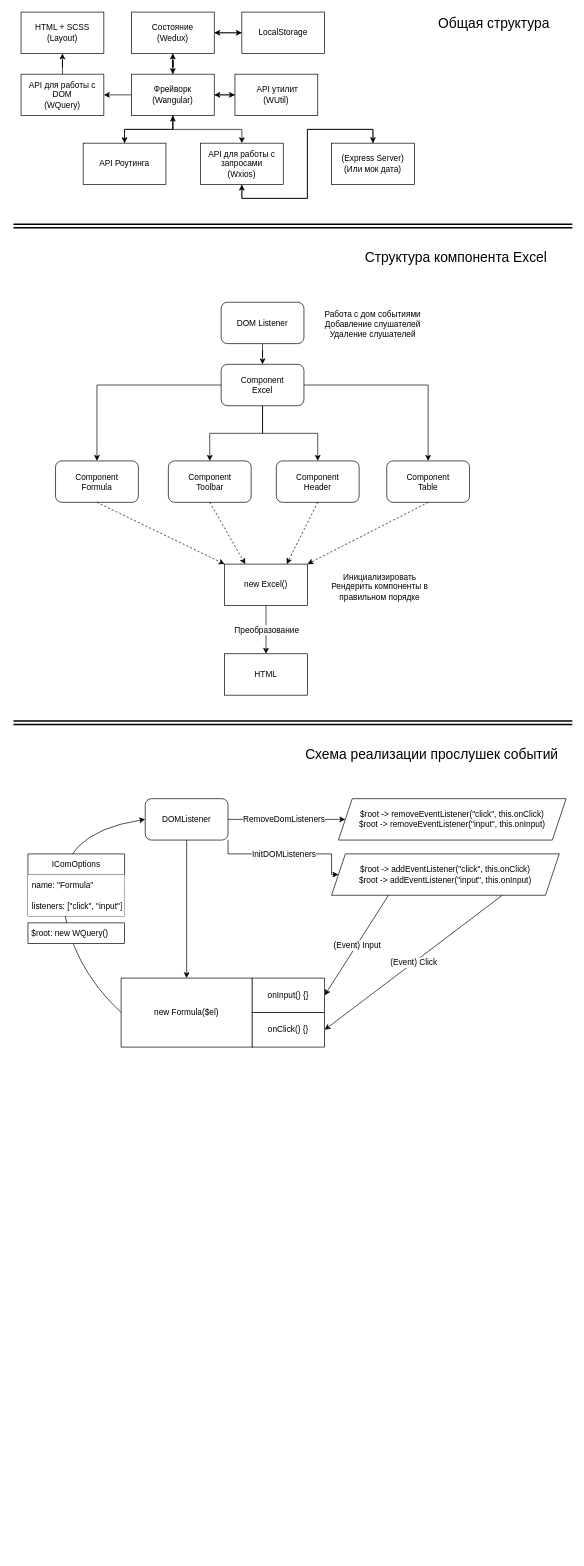
The draw.io diagram tsexcel.drawio in WheatleyCODE/ts-excel, before the edit. Source tidied: cells renumbered, new cells numbered last; positions are measured from the earlier drawing's top-left corner, leaving out a move shared by most shapes. Both pictures are drawn from the tidied source at 69%, with x=0, y=0 at pixel (13, 12).
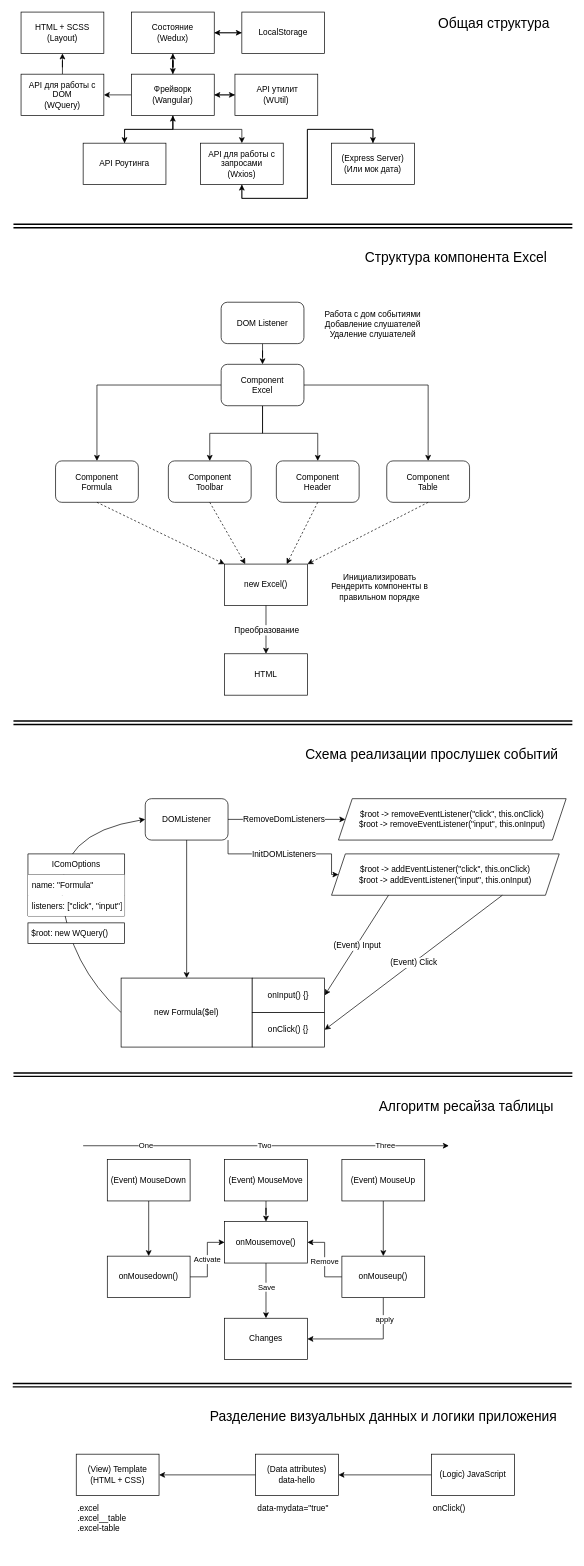
After the change.

Commit message (it also covers changes not shown here):
Add project schema, resizer, resize first columns

What changed in the source:
```diff
@@
+    <mxCell id="70" style="html=1;rounded=0;shape=link;strokeWidth=2;" parent="1" edge="1">
+      <mxGeometry relative="1" as="geometry">
+        <mxPoint y="1540" as="sourcePoint" />
+        <mxPoint x="810" y="1540" as="targetPoint" />
+      </mxGeometry>
+    </mxCell>
+    <mxCell id="71" value="Алгоритм ресайза таблицы" style="text;html=1;align=center;verticalAlign=middle;strokeColor=none;fillColor=none;fontSize=20;" parent="1" vertex="1">
+      <mxGeometry x="521" y="1570" width="270" height="30" as="geometry" />
+    </mxCell>
+    <mxCell id="72" style="edgeStyle=orthogonalEdgeStyle;rounded=0;jettySize=auto;html=1;entryX=0.5;entryY=0;entryDx=0;entryDy=0;" parent="1" edge="1" source="73" target="79">
+      <mxGeometry relative="1" as="geometry" />
+    </mxCell>
+    <mxCell id="73" value="(Event) MouseDown" style="rounded=0;whiteSpace=wrap;html=1;" parent="1" vertex="1">
+      <mxGeometry x="136" y="1663" width="120" height="60" as="geometry" />
+    </mxCell>
+    <mxCell id="74" style="edgeStyle=orthogonalEdgeStyle;rounded=0;jettySize=auto;html=1;entryX=0.5;entryY=0;entryDx=0;entryDy=0;" parent="1" edge="1" source="75" target="87">
+      <mxGeometry relative="1" as="geometry" />
+    </mxCell>
+    <mxCell id="75" value="(Event) MouseMove" style="rounded=0;whiteSpace=wrap;html=1;" parent="1" vertex="1">
+      <mxGeometry x="306" y="1663" width="120" height="60" as="geometry" />
+    </mxCell>
+    <mxCell id="76" style="edgeStyle=orthogonalEdgeStyle;rounded=0;jettySize=auto;html=1;entryX=0.5;entryY=0;entryDx=0;entryDy=0;" parent="1" edge="1" source="77" target="84">
+      <mxGeometry relative="1" as="geometry" />
+    </mxCell>
+    <mxCell id="77" value="(Event) MouseUp" style="rounded=0;whiteSpace=wrap;html=1;" parent="1" vertex="1">
+      <mxGeometry x="476" y="1663" width="120" height="60" as="geometry" />
+    </mxCell>
+    <mxCell id="78" value="Activate" style="edgeStyle=orthogonalEdgeStyle;rounded=0;jettySize=auto;html=1;entryX=0;entryY=0.5;entryDx=0;entryDy=0;" parent="1" edge="1" source="79" target="87">
+      <mxGeometry relative="1" as="geometry" />
+    </mxCell>
+    <mxCell id="79" value="onMousedown()" style="rounded=0;whiteSpace=wrap;html=1;" parent="1" vertex="1">
+      <mxGeometry x="136" y="1803" width="120" height="60" as="geometry" />
+    </mxCell>
+    <mxCell id="80" style="edgeStyle=orthogonalEdgeStyle;rounded=0;jettySize=auto;html=1;entryX=1;entryY=0.5;entryDx=0;entryDy=0;" parent="1" edge="1" source="84" target="87">
+      <mxGeometry relative="1" as="geometry" />
+    </mxCell>
+    <mxCell id="81" value="Remove" style="edgeLabel;html=1;align=center;verticalAlign=middle;" parent="80" vertex="1">
+      <mxGeometry x="-0.04" y="1" relative="1" as="geometry" />
+    </mxCell>
+    <mxCell id="82" style="edgeStyle=orthogonalEdgeStyle;rounded=0;jettySize=auto;html=1;entryX=1;entryY=0.5;entryDx=0;entryDy=0;" parent="1" edge="1" source="84" target="93">
+      <mxGeometry relative="1" as="geometry">
+        <Array as="points">
+          <mxPoint x="536" y="1923" />
+        </Array>
+      </mxGeometry>
+    </mxCell>
+    <mxCell id="83" value="apply" style="edgeLabel;html=1;align=center;verticalAlign=middle;" parent="82" vertex="1">
+      <mxGeometry x="-0.64" y="1" relative="1" as="geometry" />
+    </mxCell>
+    <mxCell id="84" value="onMouseup()" style="rounded=0;whiteSpace=wrap;html=1;" parent="1" vertex="1">
+      <mxGeometry x="476" y="1803" width="120" height="60" as="geometry" />
+    </mxCell>
+    <mxCell id="85" style="edgeStyle=orthogonalEdgeStyle;rounded=0;jettySize=auto;html=1;entryX=0.5;entryY=0;entryDx=0;entryDy=0;" parent="1" edge="1" source="87" target="93">
+      <mxGeometry relative="1" as="geometry" />
+    </mxCell>
+    <mxCell id="86" value="Save" style="edgeLabel;html=1;align=center;verticalAlign=middle;" parent="85" vertex="1">
+      <mxGeometry x="-0.16" relative="1" as="geometry" />
+    </mxCell>
+    <mxCell id="87" value="onMousemove()" style="rounded=0;whiteSpace=wrap;html=1;" parent="1" vertex="1">
+      <mxGeometry x="306" y="1753" width="120" height="60" as="geometry" />
+    </mxCell>
+    <mxCell id="88" style="endArrow=classic;html=1;rounded=0;" parent="1" edge="1">
+      <mxGeometry relative="1" as="geometry">
+        <mxPoint x="101" y="1643" as="sourcePoint" />
+        <mxPoint x="631" y="1643" as="targetPoint" />
+      </mxGeometry>
+    </mxCell>
+    <mxCell id="89" value="One" style="edgeLabel;html=1;align=center;verticalAlign=middle;" parent="88" vertex="1">
+      <mxGeometry x="-0.66" y="2" relative="1" as="geometry">
+        <mxPoint y="1" as="offset" />
+      </mxGeometry>
+    </mxCell>
+    <mxCell id="90" value="Two" style="edgeLabel;html=1;align=center;verticalAlign=middle;" parent="88" vertex="1">
+      <mxGeometry x="-0.01" y="2" relative="1" as="geometry">
+        <mxPoint y="1" as="offset" />
+      </mxGeometry>
+    </mxCell>
+    <mxCell id="91" style="edgeLabel;html=1;align=center;verticalAlign=middle;" parent="88" vertex="1">
+      <mxGeometry x="0.64" y="3" relative="1" as="geometry" />
+    </mxCell>
+    <mxCell id="92" value="Three" style="edgeLabel;html=1;align=center;verticalAlign=middle;" parent="88" vertex="1">
+      <mxGeometry x="0.65" y="-1" relative="1" as="geometry">
+        <mxPoint y="-2" as="offset" />
+      </mxGeometry>
+    </mxCell>
+    <mxCell id="93" value="Changes" style="rounded=0;whiteSpace=wrap;html=1;" parent="1" vertex="1">
+      <mxGeometry x="306" y="1893" width="120" height="60" as="geometry" />
+    </mxCell>
+    <mxCell id="94" style="html=1;rounded=0;shape=link;strokeWidth=2;" parent="1" edge="1">
+      <mxGeometry relative="1" as="geometry">
+        <mxPoint x="-1" y="1990" as="sourcePoint" />
+        <mxPoint x="809" y="1990" as="targetPoint" />
+      </mxGeometry>
+    </mxCell>
+    <mxCell id="95" value="Разделение визуальных данных и логики приложения" style="text;html=1;align=center;verticalAlign=middle;strokeColor=none;fillColor=none;fontSize=20;" parent="1" vertex="1">
+      <mxGeometry x="271" y="2020" width="530" height="30" as="geometry" />
+    </mxCell>
+    <mxCell id="96" value="(View) Template (HTML + CSS)" style="rounded=0;whiteSpace=wrap;html=1;" parent="1" vertex="1">
+      <mxGeometry x="91" y="2090" width="120" height="60" as="geometry" />
+    </mxCell>
+    <mxCell id="97" style="edgeStyle=orthogonalEdgeStyle;rounded=0;jettySize=auto;html=1;entryX=1;entryY=0.5;entryDx=0;entryDy=0;" parent="1" edge="1" source="98" target="100">
+      <mxGeometry relative="1" as="geometry" />
+    </mxCell>
+    <mxCell id="98" value="(Logic) JavaScript" style="rounded=0;whiteSpace=wrap;html=1;" parent="1" vertex="1">
+      <mxGeometry x="606" y="2090" width="120" height="60" as="geometry" />
+    </mxCell>
+    <mxCell id="99" style="edgeStyle=orthogonalEdgeStyle;rounded=0;jettySize=auto;html=1;entryX=1;entryY=0.5;entryDx=0;entryDy=0;" parent="1" edge="1" source="100" target="96">
+      <mxGeometry relative="1" as="geometry" />
+    </mxCell>
+    <mxCell id="100" value="(Data attributes)&lt;br&gt;data-hello" style="rounded=0;whiteSpace=wrap;html=1;" parent="1" vertex="1">
+      <mxGeometry x="351" y="2090" width="120" height="60" as="geometry" />
+    </mxCell>
+    <mxCell id="101" value=".excel&lt;br&gt;.excel__table&lt;br&gt;.excel-table" style="text;html=1;strokeColor=none;fillColor=none;align=left;verticalAlign=top;whiteSpace=wrap;rounded=0;" parent="1" vertex="1">
+      <mxGeometry x="91" y="2155" width="105" height="80" as="geometry" />
+    </mxCell>
+    <mxCell id="102" value="data-mydata=&quot;true&quot;" style="text;html=1;strokeColor=none;fillColor=none;align=left;verticalAlign=top;whiteSpace=wrap;rounded=0;" parent="1" vertex="1">
+      <mxGeometry x="352" y="2155" width="105" height="80" as="geometry" />
+    </mxCell>
+    <mxCell id="103" value="onClick()" style="text;html=1;strokeColor=none;fillColor=none;align=left;verticalAlign=top;whiteSpace=wrap;rounded=0;" parent="1" vertex="1">
+      <mxGeometry x="606" y="2155" width="105" height="80" as="geometry" />
+    </mxCell>
```
